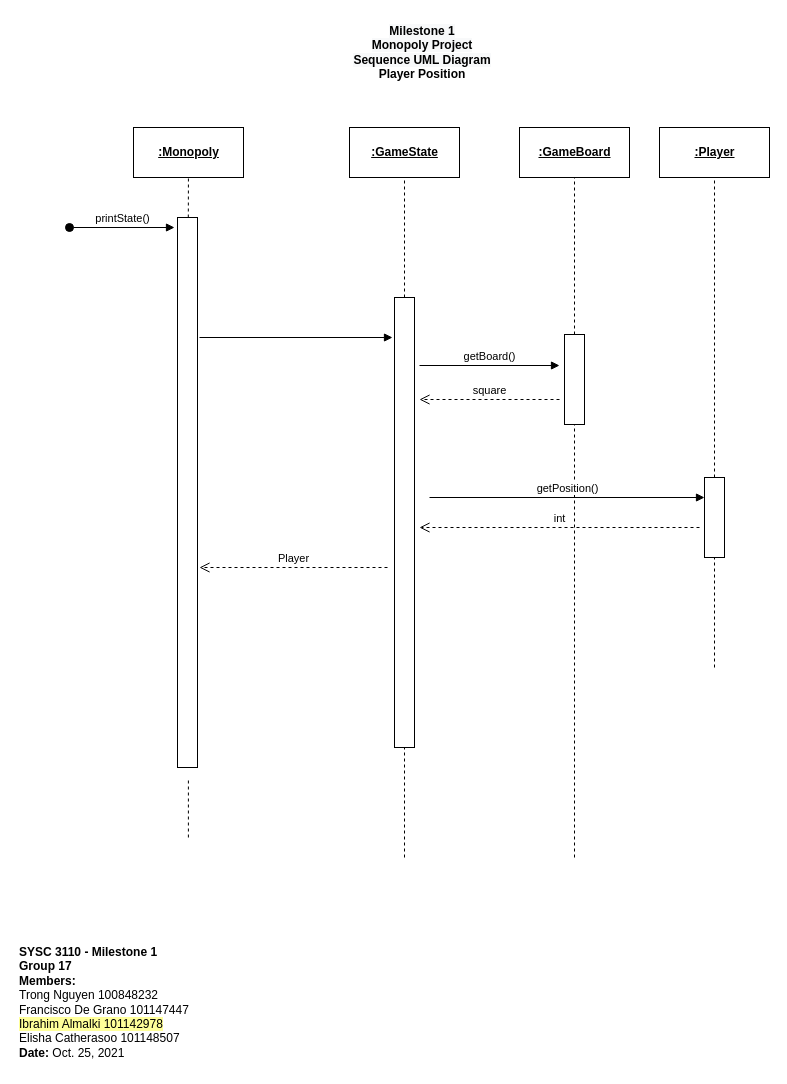
Before: page "SequenceUML_3" (4 of 5) of M2_ClassUML.drawio in trong0dn/monopoly, a draw.io diagram. Source tidied: cells renumbered, new cells numbered last; positions are measured from the earlier drawing's top-left corner, leaving out a move shared by most shapes. Both pictures are drawn from the tidied source at 100%, with x=0, y=0 at pixel (17, 17).
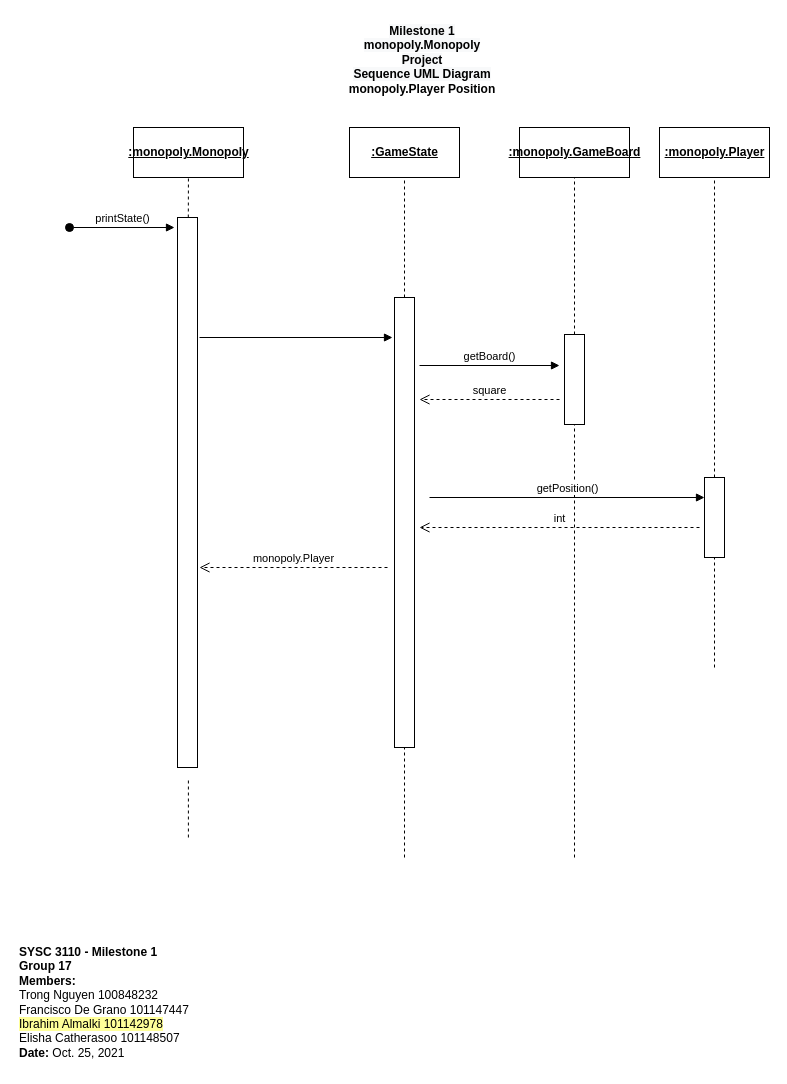
The same page after the edit.

Diff of the diagram source:
```diff
@@
-    <mxCell id="3" value="&lt;b style=&quot;color: rgb(0 , 0 , 0) ; font-family: &amp;#34;helvetica&amp;#34; ; font-size: 12px ; font-style: normal ; letter-spacing: normal ; text-indent: 0px ; text-transform: none ; word-spacing: 0px ; background-color: rgb(248 , 249 , 250)&quot;&gt;Milestone 1&lt;br&gt;Monopoly Project&lt;br&gt;Sequence UML Diagram&lt;br&gt;&lt;div&gt;&lt;b&gt;Player Position&lt;/b&gt;&lt;/div&gt;&lt;/b&gt;" style="text;whiteSpace=wrap;html=1;align=center;" parent="1" vertex="1">
+    <mxCell id="3" value="&lt;b style=&quot;color: rgb(0 , 0 , 0) ; font-family: &amp;#34;helvetica&amp;#34; ; font-size: 12px ; font-style: normal ; letter-spacing: normal ; text-indent: 0px ; text-transform: none ; word-spacing: 0px ; background-color: rgb(248 , 249 , 250)&quot;&gt;Milestone 1&lt;br&gt;monopoly.Monopoly Project&lt;br&gt;Sequence UML Diagram&lt;br&gt;&lt;div&gt;&lt;b&gt;monopoly.Player Position&lt;/b&gt;&lt;/div&gt;&lt;/b&gt;" style="text;whiteSpace=wrap;html=1;align=center;" parent="1" vertex="1">
       <mxGeometry x="325" width="160" height="70" as="geometry" />
     </mxCell>
-    <mxCell id="4" value="&lt;b&gt;&lt;u&gt;:Monopoly&lt;/u&gt;&lt;/b&gt;" style="html=1;align=center;" parent="1" vertex="1">
+    <mxCell id="4" value="&lt;b&gt;&lt;u&gt;:monopoly.Monopoly&lt;/u&gt;&lt;/b&gt;" style="html=1;align=center;" parent="1" vertex="1">
       <mxGeometry x="116" y="110" width="110" height="50" as="geometry" />
     </mxCell>
@@
-    <mxCell id="10" value="&lt;b&gt;&lt;u&gt;:GameBoard&lt;/u&gt;&lt;/b&gt;" style="html=1;align=center;" parent="1" vertex="1">
+    <mxCell id="10" value="&lt;b&gt;&lt;u&gt;:monopoly.GameBoard&lt;/u&gt;&lt;/b&gt;" style="html=1;align=center;" parent="1" vertex="1">
       <mxGeometry x="502" y="110" width="110" height="50" as="geometry" />
     </mxCell>
@@
-    <mxCell id="15" value="&lt;b&gt;&lt;u&gt;:Player&lt;/u&gt;&lt;/b&gt;" style="html=1;align=center;" parent="1" vertex="1">
+    <mxCell id="15" value="&lt;b&gt;&lt;u&gt;:monopoly.Player&lt;/u&gt;&lt;/b&gt;" style="html=1;align=center;" parent="1" vertex="1">
       <mxGeometry x="642" y="110" width="110" height="50" as="geometry" />
     </mxCell>
@@
-    <mxCell id="26" value="Player" style="html=1;verticalAlign=bottom;endArrow=open;dashed=1;endSize=8;rounded=0;" parent="1" edge="1">
+    <mxCell id="26" value="monopoly.Player" style="html=1;verticalAlign=bottom;endArrow=open;dashed=1;endSize=8;rounded=0;" parent="1" edge="1">
       <mxGeometry relative="1" as="geometry">
         <mxPoint x="370" y="550" as="sourcePoint" />
         <mxPoint x="182" y="550" as="targetPoint" />
       </mxGeometry>
     </mxCell>
```
